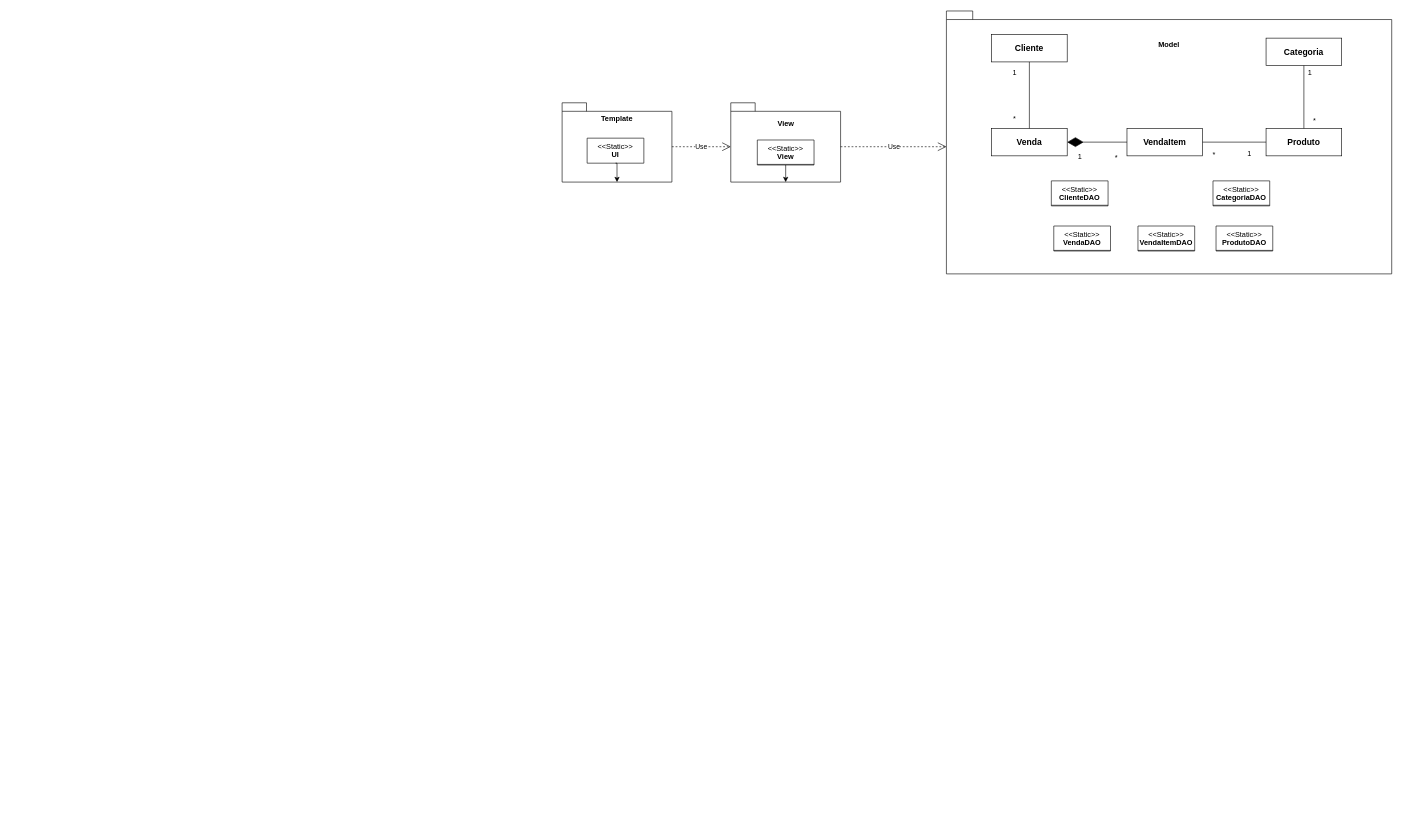
This is diagramas/comercio-eletronico.drawio from devwenderson/tads-poo, a draw.io file, before an edit. Source tidied: cells renumbered, new cells numbered last; positions are measured from the earlier drawing's top-left corner, leaving out a move shared by most shapes. Both pictures are drawn from the tidied source at 61%, with x=0, y=0 at pixel (562, 11).
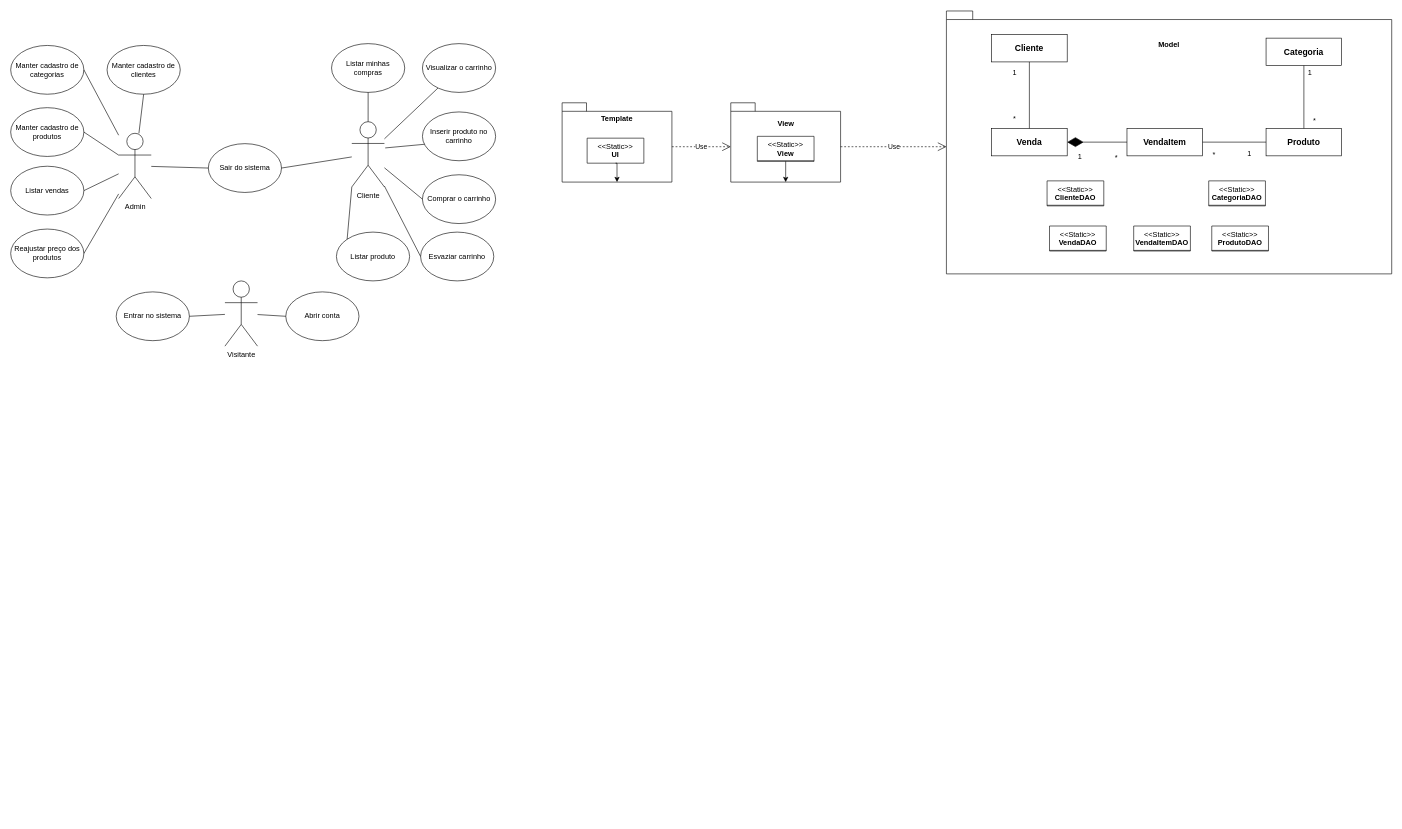
The same diagram, later.

Change to the diagram source:
```diff
@@
-    <mxCell id="8" value="&lt;span style=&quot;font-weight: normal;&quot;&gt;&amp;lt;&amp;lt;Static&amp;gt;&amp;gt;&lt;/span&gt;&lt;div&gt;View&lt;/div&gt;" style="swimlane;fontStyle=1;align=center;verticalAlign=top;horizontal=1;startSize=40;whiteSpace=wrap;html=1;flipH=1;flipV=0;perimeterSpacing=0;fillStyle=solid;" parent="1" vertex="1" collapsed="1">
-      <mxGeometry x="320" y="211" width="93" height="41" as="geometry" />
-    </mxCell>
@@
     <mxCell id="29" style="group;" parent="1" vertex="1">
-      <mxGeometry x="802" y="278" width="363" height="115" as="geometry" />
+      <mxGeometry x="795" y="278" width="363" height="1046" as="geometry" />
     </mxCell>
@@
+    <mxCell id="8" value="&lt;span style=&quot;font-weight: normal;&quot;&gt;&amp;lt;&amp;lt;Static&amp;gt;&amp;gt;&lt;/span&gt;&lt;div&gt;View&lt;/div&gt;" style="swimlane;fontStyle=1;align=center;verticalAlign=top;horizontal=1;startSize=40;whiteSpace=wrap;html=1;flipH=1;flipV=0;perimeterSpacing=0;fillStyle=solid;" parent="1" vertex="1" collapsed="1">
+      <mxGeometry x="320" y="205" width="93" height="41" as="geometry" />
+    </mxCell>
+    <mxCell id="35" value="Admin" style="shape=umlActor;verticalLabelPosition=bottom;verticalAlign=top;html=1;outlineConnect=0;" parent="1" vertex="1">
+      <mxGeometry x="-727" y="200" width="53.5" height="107" as="geometry" />
+    </mxCell>
+    <mxCell id="36" value="Cliente" style="shape=umlActor;verticalLabelPosition=bottom;verticalAlign=top;html=1;outlineConnect=0;" parent="1" vertex="1">
+      <mxGeometry x="-344.8" y="181" width="53.5" height="107" as="geometry" />
+    </mxCell>
+    <mxCell id="37" value="Visitante" style="shape=umlActor;verticalLabelPosition=bottom;verticalAlign=top;html=1;outlineConnect=0;" parent="1" vertex="1">
+      <mxGeometry x="-552.8" y="442" width="53.5" height="107" as="geometry" />
+    </mxCell>
+    <mxCell id="38" value="Abrir conta" style="ellipse;whiteSpace=wrap;html=1;" parent="1" vertex="1">
+      <mxGeometry x="-453" y="460" width="120" height="80" as="geometry" />
+    </mxCell>
+    <mxCell id="39" value="Entrar no sistema" style="ellipse;whiteSpace=wrap;html=1;" parent="1" vertex="1">
+      <mxGeometry x="-731" y="460" width="120" height="80" as="geometry" />
+    </mxCell>
+    <mxCell id="40" value="Sair do sistema" style="ellipse;whiteSpace=wrap;html=1;" parent="1" vertex="1">
+      <mxGeometry x="-580" y="217" width="120" height="80" as="geometry" />
+    </mxCell>
+    <mxCell id="41" value="Visualizar o carrinho" style="ellipse;whiteSpace=wrap;html=1;" parent="1" vertex="1">
+      <mxGeometry x="-229" y="53" width="120" height="80" as="geometry" />
+    </mxCell>
+    <mxCell id="42" value="Inserir produto no carrinho" style="ellipse;whiteSpace=wrap;html=1;" parent="1" vertex="1">
+      <mxGeometry x="-229" y="165" width="120" height="80" as="geometry" />
+    </mxCell>
+    <mxCell id="43" value="Listar produto" style="ellipse;whiteSpace=wrap;html=1;" parent="1" vertex="1">
+      <mxGeometry x="-370" y="362" width="120" height="80" as="geometry" />
+    </mxCell>
+    <mxCell id="44" value="Comprar o carrinho" style="ellipse;whiteSpace=wrap;html=1;" parent="1" vertex="1">
+      <mxGeometry x="-229" y="268" width="120" height="80" as="geometry" />
+    </mxCell>
+    <mxCell id="45" value="Listar minhas compras" style="ellipse;whiteSpace=wrap;html=1;" parent="1" vertex="1">
+      <mxGeometry x="-378" y="53" width="120" height="80" as="geometry" />
+    </mxCell>
+    <mxCell id="46" value="Esvaziar carrinho" style="ellipse;whiteSpace=wrap;html=1;" parent="1" vertex="1">
+      <mxGeometry x="-232" y="362" width="120" height="80" as="geometry" />
+    </mxCell>
+    <mxCell id="47" value="Manter cadastro de categorias" style="ellipse;whiteSpace=wrap;html=1;" parent="1" vertex="1">
+      <mxGeometry x="-904" y="56" width="120" height="80" as="geometry" />
+    </mxCell>
+    <mxCell id="48" value="Manter cadastro de clientes" style="ellipse;whiteSpace=wrap;html=1;" parent="1" vertex="1">
+      <mxGeometry x="-746" y="56" width="120" height="80" as="geometry" />
+    </mxCell>
+    <mxCell id="49" value="Manter cadastro de produtos" style="ellipse;whiteSpace=wrap;html=1;" parent="1" vertex="1">
+      <mxGeometry x="-904" y="158" width="120" height="80" as="geometry" />
+    </mxCell>
+    <mxCell id="50" value="Listar vendas" style="ellipse;whiteSpace=wrap;html=1;" parent="1" vertex="1">
+      <mxGeometry x="-904" y="254" width="120" height="80" as="geometry" />
+    </mxCell>
+    <mxCell id="51" value="Reajustar preço dos produtos" style="ellipse;whiteSpace=wrap;html=1;" parent="1" vertex="1">
+      <mxGeometry x="-904" y="357" width="120" height="80" as="geometry" />
+    </mxCell>
+    <mxCell id="52" style="endArrow=none;html=1;rounded=0;entryX=0.5;entryY=1;entryDx=0;entryDy=0;" parent="1" edge="1" source="35" target="48">
+      <mxGeometry relative="1" as="geometry" />
+    </mxCell>
+    <mxCell id="53" style="endArrow=none;html=1;rounded=0;exitX=1;exitY=0.5;exitDx=0;exitDy=0;" parent="1" edge="1" source="47" target="35">
+      <mxGeometry relative="1" as="geometry" />
+    </mxCell>
+    <mxCell id="54" style="endArrow=none;html=1;rounded=0;exitX=1;exitY=0.5;exitDx=0;exitDy=0;" parent="1" edge="1" source="49" target="35">
+      <mxGeometry relative="1" as="geometry" />
+    </mxCell>
+    <mxCell id="55" style="endArrow=none;html=1;rounded=0;exitX=1;exitY=0.5;exitDx=0;exitDy=0;" parent="1" edge="1" source="50" target="35">
+      <mxGeometry relative="1" as="geometry" />
+    </mxCell>
+    <mxCell id="56" style="endArrow=none;html=1;rounded=0;exitX=1;exitY=0.5;exitDx=0;exitDy=0;" parent="1" edge="1" source="51" target="35">
+      <mxGeometry relative="1" as="geometry" />
+    </mxCell>
+    <mxCell id="57" style="endArrow=none;html=1;rounded=0;entryX=0;entryY=0.5;entryDx=0;entryDy=0;" parent="1" edge="1" source="35" target="40">
+      <mxGeometry relative="1" as="geometry" />
+    </mxCell>
+    <mxCell id="58" style="endArrow=none;html=1;rounded=0;exitX=1;exitY=0.5;exitDx=0;exitDy=0;" parent="1" edge="1" source="40" target="36">
+      <mxGeometry relative="1" as="geometry" />
+    </mxCell>
+    <mxCell id="59" style="endArrow=none;html=1;rounded=0;exitX=0.5;exitY=1;exitDx=0;exitDy=0;" parent="1" edge="1" source="45" target="36">
+      <mxGeometry relative="1" as="geometry" />
+    </mxCell>
+    <mxCell id="60" style="endArrow=none;html=1;rounded=0;" parent="1" edge="1" source="41" target="36">
+      <mxGeometry relative="1" as="geometry" />
+    </mxCell>
+    <mxCell id="61" style="endArrow=none;html=1;rounded=0;exitX=0.028;exitY=0.663;exitDx=0;exitDy=0;exitPerimeter=0;" parent="1" edge="1" source="42">
+      <mxGeometry relative="1" as="geometry">
+        <mxPoint x="-290" y="224" as="targetPoint" />
+      </mxGeometry>
+    </mxCell>
+    <mxCell id="62" style="endArrow=none;html=1;rounded=0;exitX=0;exitY=0.5;exitDx=0;exitDy=0;" parent="1" edge="1" source="44" target="36">
+      <mxGeometry relative="1" as="geometry" />
+    </mxCell>
+    <mxCell id="63" style="endArrow=none;html=1;rounded=0;exitX=0;exitY=0.5;exitDx=0;exitDy=0;" parent="1" edge="1" source="46" target="36">
+      <mxGeometry relative="1" as="geometry" />
+    </mxCell>
+    <mxCell id="64" style="endArrow=none;html=1;rounded=0;exitX=0;exitY=0;exitDx=0;exitDy=0;entryX=0;entryY=1;entryDx=0;entryDy=0;entryPerimeter=0;" parent="1" edge="1" source="43" target="36">
+      <mxGeometry relative="1" as="geometry" />
+    </mxCell>
+    <mxCell id="65" style="endArrow=none;html=1;rounded=0;exitX=1;exitY=0.5;exitDx=0;exitDy=0;" parent="1" edge="1" source="39" target="37">
+      <mxGeometry relative="1" as="geometry" />
+    </mxCell>
+    <mxCell id="66" style="endArrow=none;html=1;rounded=0;entryX=0;entryY=0.5;entryDx=0;entryDy=0;" parent="1" edge="1" source="37" target="38">
+      <mxGeometry relative="1" as="geometry" />
+    </mxCell>
```
